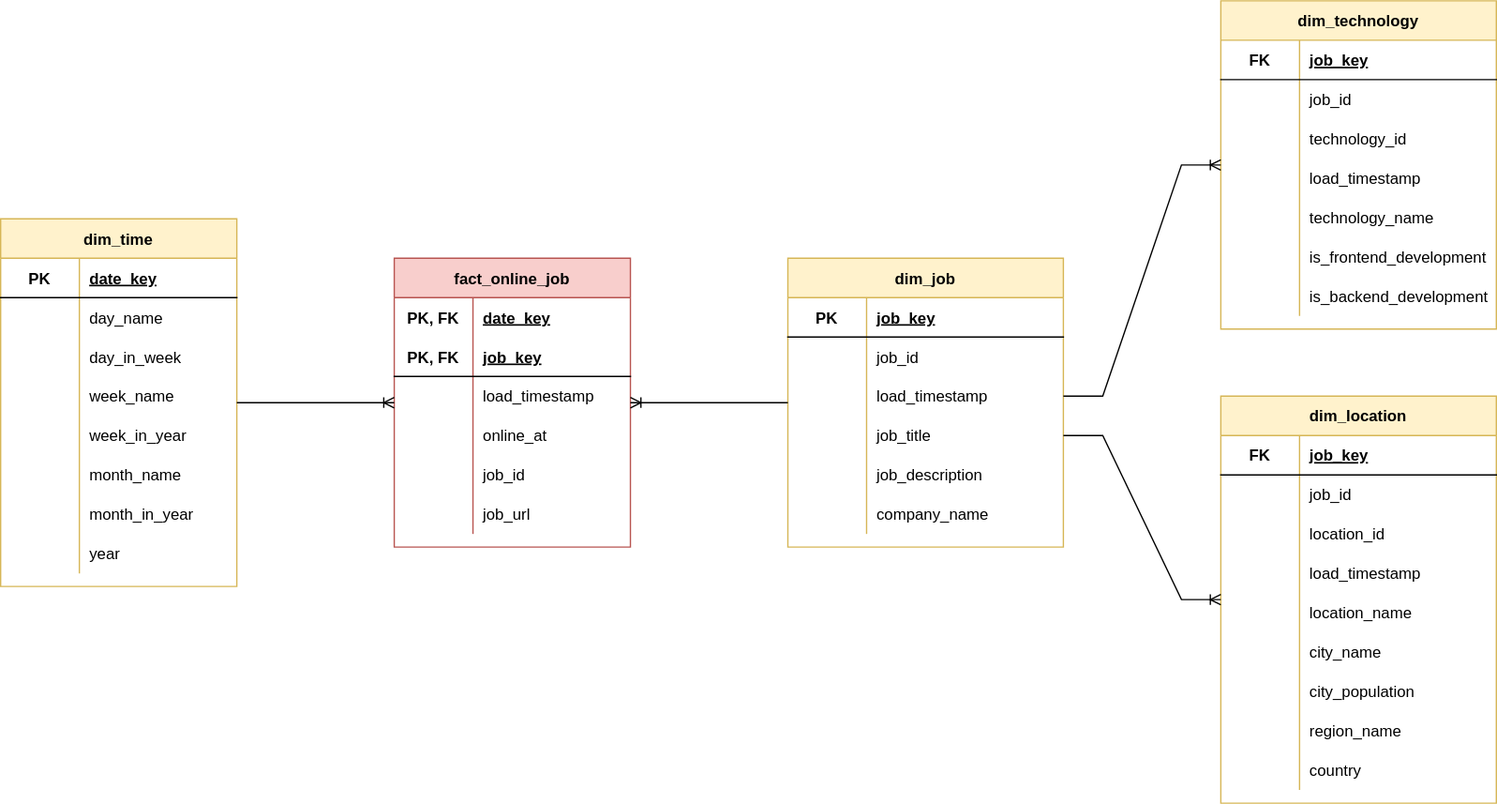
The draw.io diagram doc/mart-model.drawio.svg in petracarrion/job-market-analytics, before a commit. Source tidied: cells renumbered, new cells last; positions are measured from the earlier drawing's top-left corner, leaving out a move shared by most shapes.
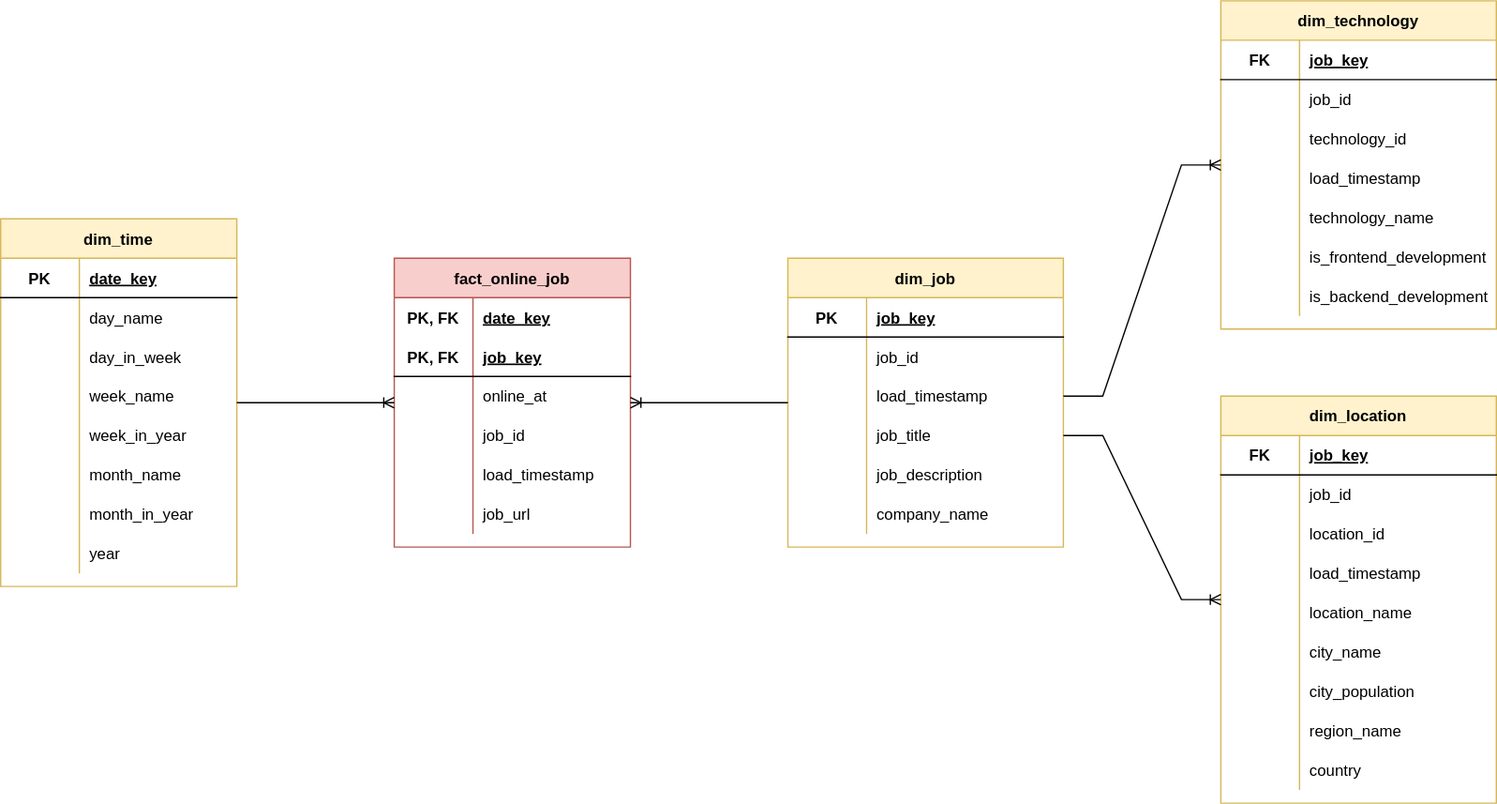
Later version of the same file.

Change to the diagram source:
```diff
@@ -105,7 +105,7 @@
     <mxCell id="36" style="shape=partialRectangle;fillColor=none;top=0;left=0;bottom=0;right=0;overflow=hidden;" parent="35" vertex="1">
       <mxGeometry width="60" height="30" as="geometry" />
     </mxCell>
-    <mxCell id="37" value="load_timestamp" style="shape=partialRectangle;fillColor=none;top=0;left=0;bottom=0;right=0;align=left;spacingLeft=6;overflow=hidden;" parent="35" vertex="1">
+    <mxCell id="37" value="online_at" style="shape=partialRectangle;fillColor=none;top=0;left=0;bottom=0;right=0;align=left;spacingLeft=6;overflow=hidden;" parent="35" vertex="1">
       <mxGeometry x="60" width="120" height="30" as="geometry" />
     </mxCell>
     <mxCell id="38" style="shape=tableRow;horizontal=0;startSize=0;swimlaneHead=0;swimlaneBody=0;fillColor=none;top=0;left=0;right=0;bottom=0;" parent="28" vertex="1">
@@ -114,7 +114,7 @@
     <mxCell id="39" style="shape=partialRectangle;fillColor=none;top=0;left=0;bottom=0;right=0;overflow=hidden;" parent="38" vertex="1">
       <mxGeometry width="60" height="30" as="geometry" />
     </mxCell>
-    <mxCell id="40" value="online_at" style="shape=partialRectangle;fillColor=none;top=0;left=0;bottom=0;right=0;align=left;spacingLeft=6;overflow=hidden;" parent="38" vertex="1">
+    <mxCell id="40" value="job_id" style="shape=partialRectangle;fillColor=none;top=0;left=0;bottom=0;right=0;align=left;spacingLeft=6;overflow=hidden;" parent="38" vertex="1">
       <mxGeometry x="60" width="120" height="30" as="geometry" />
     </mxCell>
     <mxCell id="41" style="shape=tableRow;horizontal=0;startSize=0;swimlaneHead=0;swimlaneBody=0;fillColor=none;top=0;left=0;right=0;bottom=0;" parent="28" vertex="1">
@@ -123,7 +123,7 @@
     <mxCell id="42" style="shape=partialRectangle;fillColor=none;top=0;left=0;bottom=0;right=0;overflow=hidden;" parent="41" vertex="1">
       <mxGeometry width="60" height="30" as="geometry" />
     </mxCell>
-    <mxCell id="43" value="job_id" style="shape=partialRectangle;fillColor=none;top=0;left=0;bottom=0;right=0;align=left;spacingLeft=6;overflow=hidden;" parent="41" vertex="1">
+    <mxCell id="43" value="load_timestamp" style="shape=partialRectangle;fillColor=none;top=0;left=0;bottom=0;right=0;align=left;spacingLeft=6;overflow=hidden;" parent="41" vertex="1">
       <mxGeometry x="60" width="120" height="30" as="geometry" />
     </mxCell>
     <mxCell id="44" style="shape=tableRow;horizontal=0;startSize=0;swimlaneHead=0;swimlaneBody=0;fillColor=none;top=0;left=0;right=0;bottom=0;" parent="28" vertex="1">
```
